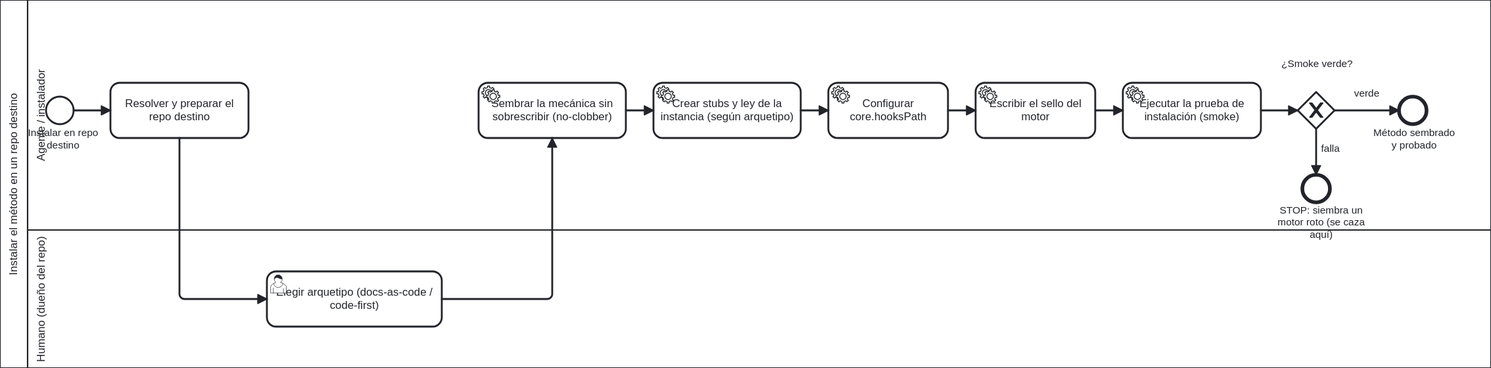
Before: docs/atlas/render/30-instalar-as-is.svg, a diagram exported from BPMN (ArmandoMedina/jidoka). Its source is kept beside it as docs/atlas/30-instalacion/30-instalar-as-is.bpmn. Ids are renumbered.
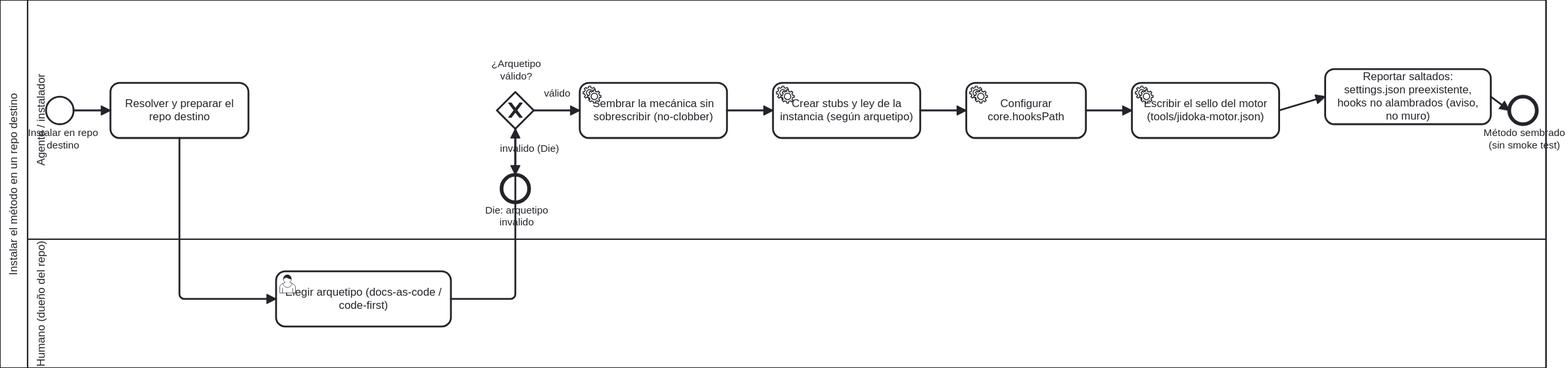
The same diagram one commit later.

Diff of the diagram source:
```diff
@@ -3,19 +3,19 @@
     <bpmn:participant id="Pool_Instalar" name="Instalar el método en un repo destino" processRef="Process_Instalar"/>
   </bpmn:collaboration>
   <bpmn:process id="Process_Instalar" name="Instalar: sembrar la mecánica sin duplicar la ley (no-clobber)" isExecutable="false">
-    <bpmn:documentation>Fuente: tools/instalar.ps1 y el manifiesto de siembra (kit/.jidoka/instalar). Carriles: el Agente siembra; el Humano elige el arquetipo.</bpmn:documentation>
+    <bpmn:documentation>Fuente: tools/instalar.ps1. NO hay smoke test al final (instalar.ps1 no lo corre). Brownfield: settings.json preexistente y hooks no alambrados son posibles; el instalador reporta saltados. Die para arquetipo invalido. Carriles: el Agente siembra; el Humano elige el arquetipo.</bpmn:documentation>
     <bpmn:laneSet id="LaneSet_Instalar">
       <bpmn:lane id="Lane_Agente" name="Agente / instalador">
         <bpmn:flowNodeRef>Start</bpmn:flowNodeRef>
         <bpmn:flowNodeRef>T_Destino</bpmn:flowNodeRef>
+        <bpmn:flowNodeRef>Gw_Arquetipo</bpmn:flowNodeRef>
         <bpmn:flowNodeRef>T_Sembrar</bpmn:flowNodeRef>
         <bpmn:flowNodeRef>T_Instancia</bpmn:flowNodeRef>
         <bpmn:flowNodeRef>T_Hooks</bpmn:flowNodeRef>
         <bpmn:flowNodeRef>T_Sello</bpmn:flowNodeRef>
-        <bpmn:flowNodeRef>T_Smoke</bpmn:flowNodeRef>
-        <bpmn:flowNodeRef>Gw_Smoke</bpmn:flowNodeRef>
+        <bpmn:flowNodeRef>T_Brownfield</bpmn:flowNodeRef>
         <bpmn:flowNodeRef>End</bpmn:flowNodeRef>
-        <bpmn:flowNodeRef>End_Roto</bpmn:flowNodeRef>
+        <bpmn:flowNodeRef>End_Die</bpmn:flowNodeRef>
       </bpmn:lane>
       <bpmn:lane id="Lane_Humano" name="Humano (dueño del repo)">
         <bpmn:flowNodeRef>U_Arquetipo</bpmn:flowNodeRef>
@@ -32,8 +32,17 @@
       <bpmn:incoming>f2</bpmn:incoming>
       <bpmn:outgoing>f3</bpmn:outgoing>
     </bpmn:userTask>
+    <bpmn:exclusiveGateway id="Gw_Arquetipo" name="¿Arquetipo válido?">
+      <bpmn:incoming>f3</bpmn:incoming>
+      <bpmn:outgoing>f_arq_no</bpmn:outgoing>
+      <bpmn:outgoing>f_arq_si</bpmn:outgoing>
+    </bpmn:exclusiveGateway>
+    <bpmn:endEvent id="End_Die" name="Die: arquetipo inválido">
+      <bpmn:incoming>f_arq_no</bpmn:incoming>
+    </bpmn:endEvent>
     <bpmn:serviceTask id="T_Sembrar" name="Sembrar la mecánica sin sobrescribir (no-clobber)">
-      <bpmn:incoming>f3</bpmn:incoming>
+      <bpmn:documentation>Brownfield: si hay settings.json preexistente o hooks ya configurados, los salta y los reporta. Nunca borra nada del destino.</bpmn:documentation>
+      <bpmn:incoming>f_arq_si</bpmn:incoming>
       <bpmn:outgoing>f4</bpmn:outgoing>
     </bpmn:serviceTask>
     <bpmn:serviceTask id="T_Instancia" name="Crear stubs y ley de la instancia (según arquetipo)">
@@ -44,46 +53,39 @@
       <bpmn:incoming>f5</bpmn:incoming>
       <bpmn:outgoing>f6</bpmn:outgoing>
     </bpmn:serviceTask>
-    <bpmn:serviceTask id="T_Sello" name="Escribir el sello del motor">
+    <bpmn:serviceTask id="T_Sello" name="Escribir el sello del motor (tools/jidoka-motor.json)">
       <bpmn:incoming>f6</bpmn:incoming>
       <bpmn:outgoing>f7</bpmn:outgoing>
     </bpmn:serviceTask>
-    <bpmn:serviceTask id="T_Smoke" name="Ejecutar la prueba de instalación (smoke)">
+    <bpmn:task id="T_Brownfield" name="Reportar saltados: settings.json preexistente, hooks no alambrados (aviso, no muro)">
+      <bpmn:documentation>instalar.ps1 NO corre un smoke test. Los saltados (no-clobber) se reportan para que el humano los revise a mano. Brownfield tipico: hooks ya configurados o ley propia.</bpmn:documentation>
       <bpmn:incoming>f7</bpmn:incoming>
-      <bpmn:outgoing>f8</bpmn:outgoing>
-    </bpmn:serviceTask>
-    <bpmn:exclusiveGateway id="Gw_Smoke" name="¿Smoke verde?">
-      <bpmn:incoming>f8</bpmn:incoming>
-      <bpmn:outgoing>f_verde</bpmn:outgoing>
-      <bpmn:outgoing>f_roto</bpmn:outgoing>
-    </bpmn:exclusiveGateway>
-    <bpmn:endEvent id="End" name="Método sembrado y probado">
-      <bpmn:incoming>f_verde</bpmn:incoming>
-    </bpmn:endEvent>
-    <bpmn:endEvent id="End_Roto" name="STOP: siembra un motor roto (se caza aquí)">
-      <bpmn:incoming>f_roto</bpmn:incoming>
+      <bpmn:outgoing>f_end</bpmn:outgoing>
+    </bpmn:task>
+    <bpmn:endEvent id="End" name="Método sembrado (sin smoke test)">
+      <bpmn:incoming>f_end</bpmn:incoming>
     </bpmn:endEvent>
     <bpmn:sequenceFlow id="f1" sourceRef="Start" targetRef="T_Destino"/>
     <bpmn:sequenceFlow id="f2" sourceRef="T_Destino" targetRef="U_Arquetipo"/>
-    <bpmn:sequenceFlow id="f3" sourceRef="U_Arquetipo" targetRef="T_Sembrar"/>
+    <bpmn:sequenceFlow id="f3" sourceRef="U_Arquetipo" targetRef="Gw_Arquetipo"/>
+    <bpmn:sequenceFlow id="f_arq_no" name="invalido (Die)" sourceRef="Gw_Arquetipo" targetRef="End_Die"/>
+    <bpmn:sequenceFlow id="f_arq_si" name="válido" sourceRef="Gw_Arquetipo" targetRef="T_Sembrar"/>
     <bpmn:sequenceFlow id="f4" sourceRef="T_Sembrar" targetRef="T_Instancia"/>
     <bpmn:sequenceFlow id="f5" sourceRef="T_Instancia" targetRef="T_Hooks"/>
     <bpmn:sequenceFlow id="f6" sourceRef="T_Hooks" targetRef="T_Sello"/>
-    <bpmn:sequenceFlow id="f7" sourceRef="T_Sello" targetRef="T_Smoke"/>
-    <bpmn:sequenceFlow id="f8" sourceRef="T_Smoke" targetRef="Gw_Smoke"/>
-    <bpmn:sequenceFlow id="f_verde" name="verde" sourceRef="Gw_Smoke" targetRef="End"/>
-    <bpmn:sequenceFlow id="f_roto" name="falla" sourceRef="Gw_Smoke" targetRef="End_Roto"/>
+    <bpmn:sequenceFlow id="f7" sourceRef="T_Sello" targetRef="T_Brownfield"/>
+    <bpmn:sequenceFlow id="f_end" sourceRef="T_Brownfield" targetRef="End"/>
   </bpmn:process>
   <bpmndi:BPMNDiagram id="Diagram_30_Instalar">
     <bpmndi:BPMNPlane id="Plane_30_Instalar" bpmnElement="Collab_Instalar">
       <bpmndi:BPMNShape id="S_Pool" bpmnElement="Pool_Instalar" isHorizontal="true">
-        <dc:Bounds x="160" y="80" width="1620" height="400"/>
+        <dc:Bounds x="160" y="80" width="1680" height="400"/>
       </bpmndi:BPMNShape>
       <bpmndi:BPMNShape id="S_LaneA" bpmnElement="Lane_Agente" isHorizontal="true">
-        <dc:Bounds x="190" y="80" width="1590" height="250"/>
+        <dc:Bounds x="190" y="80" width="1650" height="260"/>
       </bpmndi:BPMNShape>
       <bpmndi:BPMNShape id="S_LaneH" bpmnElement="Lane_Humano" isHorizontal="true">
-        <dc:Bounds x="190" y="330" width="1590" height="150"/>
+        <dc:Bounds x="190" y="340" width="1650" height="140"/>
       </bpmndi:BPMNShape>
       <bpmndi:BPMNShape id="S_Start" bpmnElement="Start">
         <dc:Bounds x="210" y="185" width="30" height="30"/>
@@ -93,34 +95,34 @@
         <dc:Bounds x="280" y="170" width="150" height="60"/>
       </bpmndi:BPMNShape>
       <bpmndi:BPMNShape id="S_UArquetipo" bpmnElement="U_Arquetipo">
-        <dc:Bounds x="450" y="375" width="190" height="60"/>
+        <dc:Bounds x="460" y="375" width="190" height="60"/>
+      </bpmndi:BPMNShape>
+      <bpmndi:BPMNShape id="S_GwArquetipo" bpmnElement="Gw_Arquetipo" isMarkerVisible="true">
+        <dc:Bounds x="700" y="180" width="40" height="40"/>
+        <bpmndi:BPMNLabel><dc:Bounds x="682" y="143" width="78" height="27"/></bpmndi:BPMNLabel>
+      </bpmndi:BPMNShape>
+      <bpmndi:BPMNShape id="S_EndDie" bpmnElement="End_Die">
+        <dc:Bounds x="705" y="270" width="30" height="30"/>
+        <bpmndi:BPMNLabel><dc:Bounds x="680" y="302" width="82" height="27"/></bpmndi:BPMNLabel>
       </bpmndi:BPMNShape>
       <bpmndi:BPMNShape id="S_TSembrar" bpmnElement="T_Sembrar">
-        <dc:Bounds x="680" y="170" width="160" height="60"/>
+        <dc:Bounds x="790" y="170" width="160" height="60"/>
       </bpmndi:BPMNShape>
       <bpmndi:BPMNShape id="S_TInstancia" bpmnElement="T_Instancia">
-        <dc:Bounds x="870" y="170" width="160" height="60"/>
+        <dc:Bounds x="1000" y="170" width="160" height="60"/>
       </bpmndi:BPMNShape>
       <bpmndi:BPMNShape id="S_THooks" bpmnElement="T_Hooks">
-        <dc:Bounds x="1060" y="170" width="130" height="60"/>
+        <dc:Bounds x="1210" y="170" width="130" height="60"/>
       </bpmndi:BPMNShape>
       <bpmndi:BPMNShape id="S_TSello" bpmnElement="T_Sello">
-        <dc:Bounds x="1220" y="170" width="130" height="60"/>
+        <dc:Bounds x="1390" y="170" width="160" height="60"/>
       </bpmndi:BPMNShape>
-      <bpmndi:BPMNShape id="S_TSmoke" bpmnElement="T_Smoke">
-        <dc:Bounds x="1380" y="170" width="150" height="60"/>
-      </bpmndi:BPMNShape>
-      <bpmndi:BPMNShape id="S_GwSmoke" bpmnElement="Gw_Smoke" isMarkerVisible="true">
-        <dc:Bounds x="1570" y="180" width="40" height="40"/>
-        <bpmndi:BPMNLabel><dc:Bounds x="1558" y="143" width="66" height="27"/></bpmndi:BPMNLabel>
+      <bpmndi:BPMNShape id="S_TBrownfield" bpmnElement="T_Brownfield">
+        <dc:Bounds x="1600" y="155" width="180" height="60"/>
       </bpmndi:BPMNShape>
       <bpmndi:BPMNShape id="S_End" bpmnElement="End">
-        <dc:Bounds x="1680" y="185" width="30" height="30"/>
-        <bpmndi:BPMNLabel><dc:Bounds x="1655" y="218" width="82" height="27"/></bpmndi:BPMNLabel>
-      </bpmndi:BPMNShape>
-      <bpmndi:BPMNShape id="S_EndRoto" bpmnElement="End_Roto">
-        <dc:Bounds x="1575" y="270" width="30" height="30"/>
-        <bpmndi:BPMNLabel><dc:Bounds x="1545" y="302" width="100" height="27"/></bpmndi:BPMNLabel>
+        <dc:Bounds x="1800" y="185" width="30" height="30"/>
+        <bpmndi:BPMNLabel><dc:Bounds x="1775" y="218" width="82" height="27"/></bpmndi:BPMNLabel>
       </bpmndi:BPMNShape>
       <bpmndi:BPMNEdge id="E_f1" bpmnElement="f1">
         <di:waypoint x="240" y="200"/>
@@ -129,40 +131,40 @@
       <bpmndi:BPMNEdge id="E_f2" bpmnElement="f2">
         <di:waypoint x="355" y="230"/>
         <di:waypoint x="355" y="405"/>
-        <di:waypoint x="450" y="405"/>
+        <di:waypoint x="460" y="405"/>
       </bpmndi:BPMNEdge>
       <bpmndi:BPMNEdge id="E_f3" bpmnElement="f3">
-        <di:waypoint x="640" y="405"/>
-        <di:waypoint x="760" y="405"/>
-        <di:waypoint x="760" y="230"/>
+        <di:waypoint x="650" y="405"/>
+        <di:waypoint x="720" y="405"/>
+        <di:waypoint x="720" y="220"/>
+      </bpmndi:BPMNEdge>
+      <bpmndi:BPMNEdge id="E_f_arq_no" bpmnElement="f_arq_no">
+        <di:waypoint x="720" y="220"/>
+        <di:waypoint x="720" y="270"/>
+      </bpmndi:BPMNEdge>
+      <bpmndi:BPMNEdge id="E_f_arq_si" bpmnElement="f_arq_si">
+        <di:waypoint x="740" y="200"/>
+        <di:waypoint x="790" y="200"/>
       </bpmndi:BPMNEdge>
       <bpmndi:BPMNEdge id="E_f4" bpmnElement="f4">
-        <di:waypoint x="840" y="200"/>
-        <di:waypoint x="870" y="200"/>
+        <di:waypoint x="950" y="200"/>
+        <di:waypoint x="1000" y="200"/>
       </bpmndi:BPMNEdge>
       <bpmndi:BPMNEdge id="E_f5" bpmnElement="f5">
-        <di:waypoint x="1030" y="200"/>
-        <di:waypoint x="1060" y="200"/>
+        <di:waypoint x="1160" y="200"/>
+        <di:waypoint x="1210" y="200"/>
       </bpmndi:BPMNEdge>
       <bpmndi:BPMNEdge id="E_f6" bpmnElement="f6">
-        <di:waypoint x="1190" y="200"/>
-        <di:waypoint x="1220" y="200"/>
+        <di:waypoint x="1340" y="200"/>
+        <di:waypoint x="1390" y="200"/>
       </bpmndi:BPMNEdge>
       <bpmndi:BPMNEdge id="E_f7" bpmnElement="f7">
-        <di:waypoint x="1350" y="200"/>
-        <di:waypoint x="1380" y="200"/>
+        <di:waypoint x="1550" y="200"/>
+        <di:waypoint x="1600" y="185"/>
       </bpmndi:BPMNEdge>
-      <bpmndi:BPMNEdge id="E_f8" bpmnElement="f8">
-        <di:waypoint x="1530" y="200"/>
-        <di:waypoint x="1570" y="200"/>
-      </bpmndi:BPMNEdge>
-      <bpmndi:BPMNEdge id="E_f_verde" bpmnElement="f_verde">
-        <di:waypoint x="1610" y="200"/>
-        <di:waypoint x="1680" y="200"/>
-      </bpmndi:BPMNEdge>
-      <bpmndi:BPMNEdge id="E_f_roto" bpmnElement="f_roto">
-        <di:waypoint x="1590" y="220"/>
-        <di:waypoint x="1590" y="270"/>
+      <bpmndi:BPMNEdge id="E_f_end" bpmnElement="f_end">
+        <di:waypoint x="1780" y="185"/>
+        <di:waypoint x="1800" y="200"/>
       </bpmndi:BPMNEdge>
     </bpmndi:BPMNPlane>
   </bpmndi:BPMNDiagram>
```
